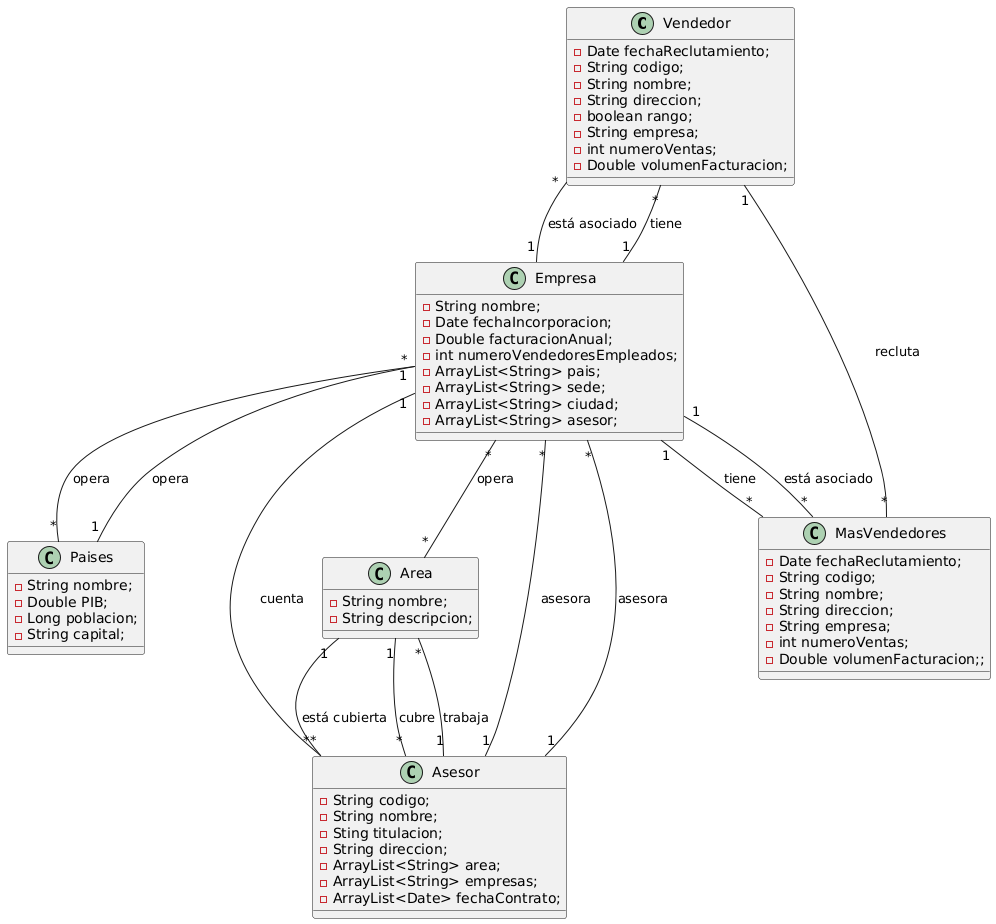
AdriannOrozco/Parcial-Corte-1 keeps this PlantUML diagram as Diagrama-de-Clases/Diagrama de clases - Holding II.png. Above is the earlier version.
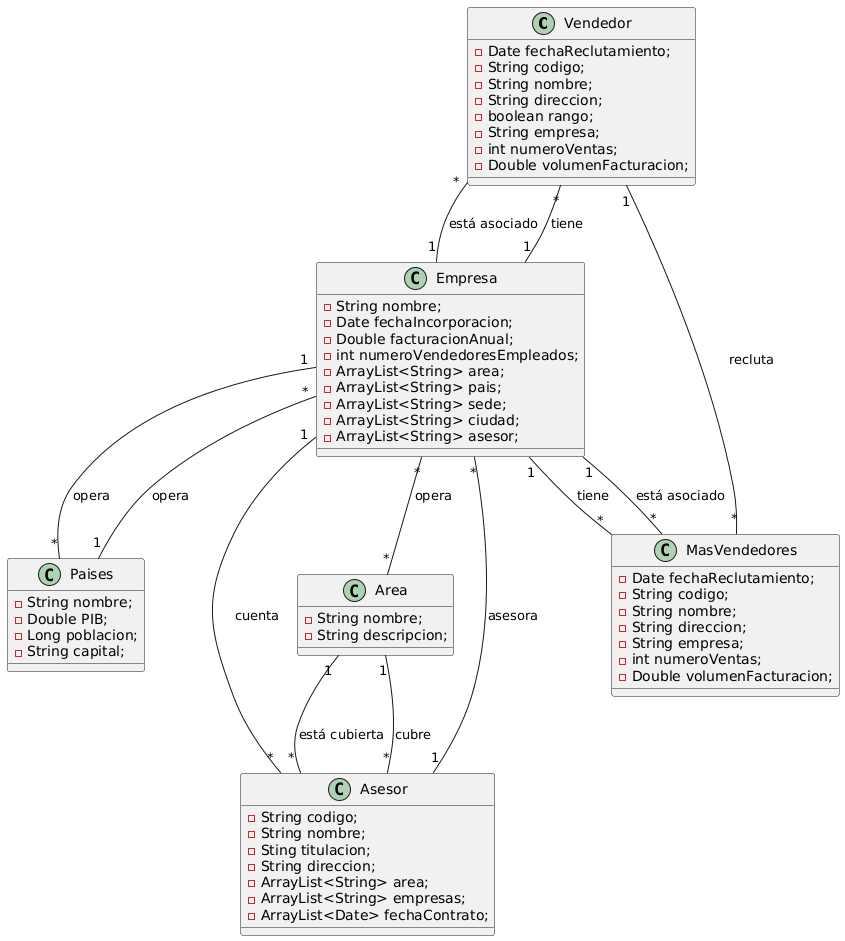
The same diagram one commit later.

Commit message:
Modificacion UML

The edit, as a diff of the source:
```diff
@@ -16,6 +16,7 @@
       - Date fechaIncorporacion;
       - Double facturacionAnual;
       - int numeroVendedoresEmpleados;
+      - ArrayList<String> area;
       - ArrayList<String> pais;
       - ArrayList<String> sede;
       - ArrayList<String> ciudad;
@@ -55,7 +56,7 @@
         - String direccion;
         - String empresa;
         - int numeroVentas;
-        - Double volumenFacturacion;;
+        - Double volumenFacturacion;
     }
 
     Asesor "*" -- "1" Area : cubre
@@ -72,8 +73,5 @@
     Empresa "1" -- "*" MasVendedores : tiene
     Empresa "1" -- "*" Asesor : cuenta
 
-    Asesor "1" -- "*" Area : trabaja
-    Asesor "1" -- "*" Empresa : asesora
-
     Paises "1" -- "*" Empresa : opera
 @enduml
```
